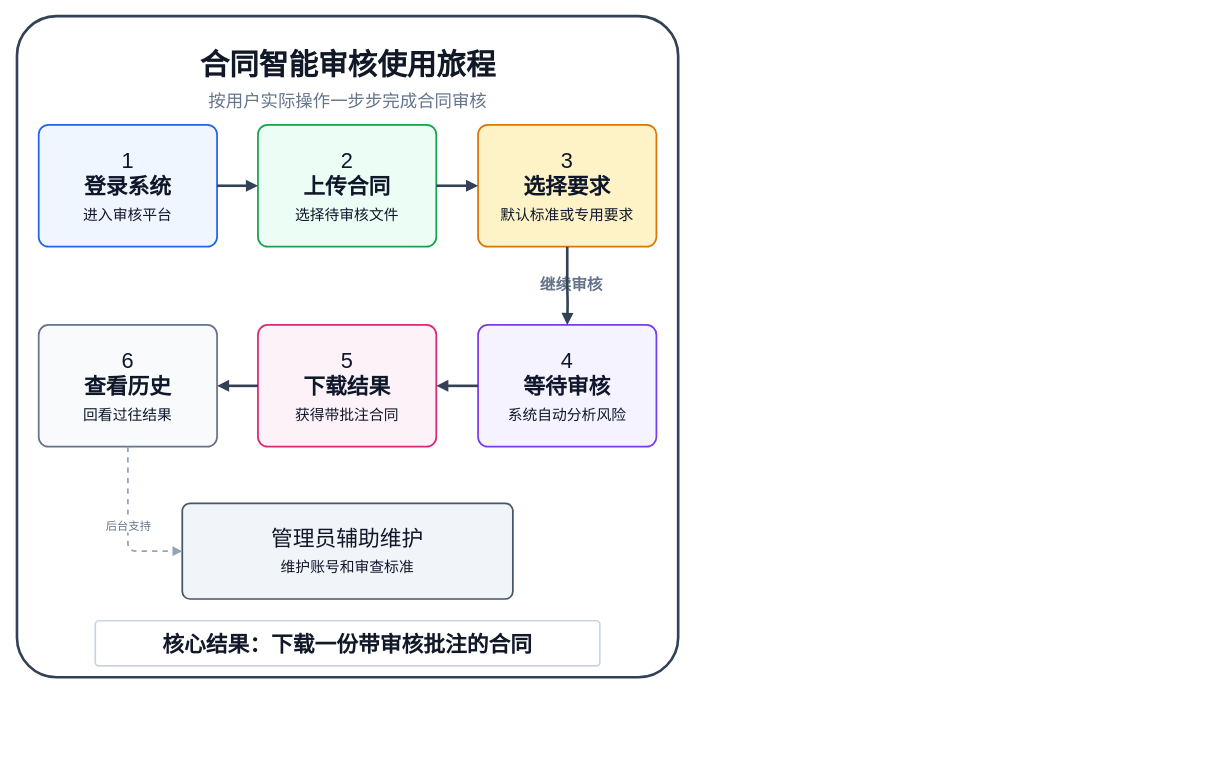
HoeTee/contract_agent keeps this draw.io diagram as docs/BUSINESS_USER_JOURNEY.drawio. Above is the earlier version. Source tidied: cells renumbered, new cells numbered last; positions are measured from the earlier drawing's top-left corner, leaving out a move shared by most shapes. Both pictures are drawn from the tidied source at 87%, with x=0, y=0 at pixel (17, 16).
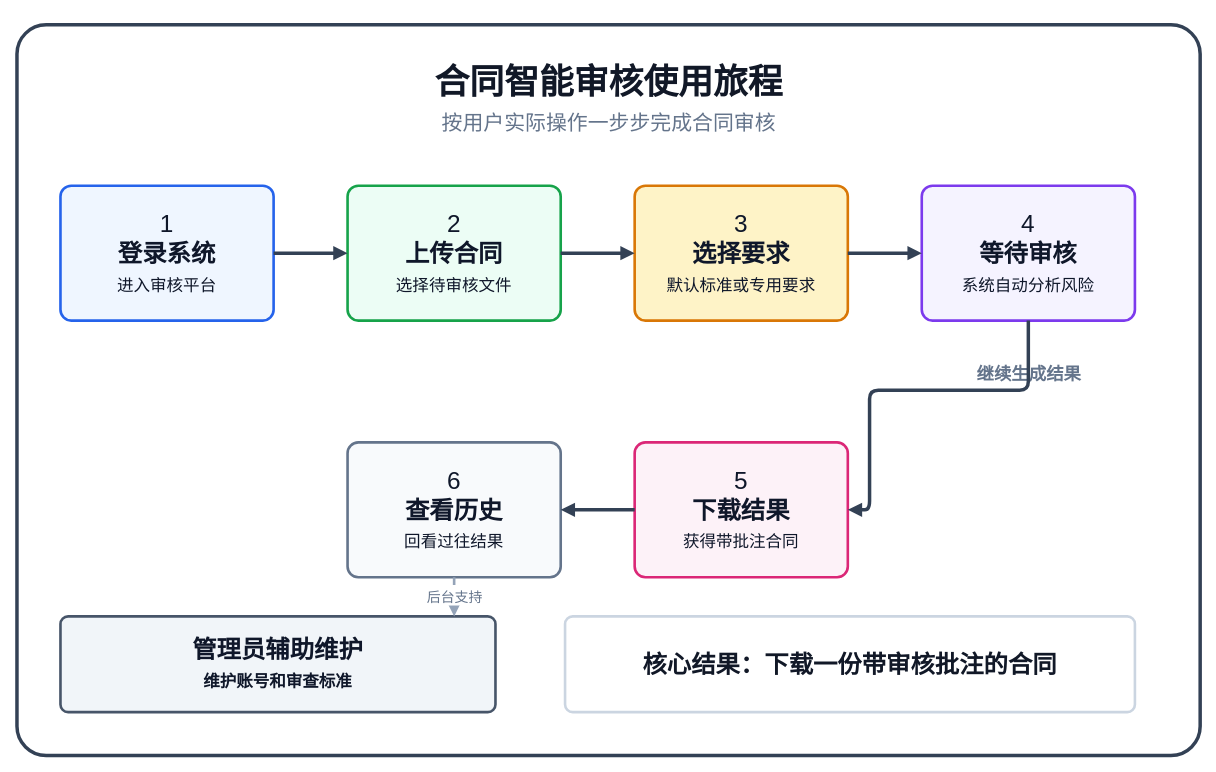
The same diagram, later.

Commit message:
docs: set business user journey diagram to 15x10 ratio

Change to the diagram source:
```diff
@@
-    <mxCell id="2" style="rounded=1;whiteSpace=wrap;html=1;arcSize=6;fillColor=#FFFFFF;strokeColor=#334155;strokeWidth=3;" parent="1" vertex="1">
-      <mxGeometry width="760" height="760" as="geometry" />
+    <mxCell id="2" style="rounded=1;whiteSpace=wrap;html=1;arcSize=4;fillColor=#FFFFFF;strokeColor=#334155;strokeWidth=4;" parent="1" vertex="1">
+      <mxGeometry y="10" width="1360" height="840" as="geometry" />
     </mxCell>
-    <mxCell id="3" value="合同智能审核使用旅程" style="text;html=1;strokeColor=none;fillColor=none;fontSize=34;fontStyle=1;align=center;verticalAlign=middle;fontColor=#111827;" parent="1" vertex="1">
-      <mxGeometry x="60" y="30" width="640" height="52" as="geometry" />
+    <mxCell id="3" value="合同智能审核使用旅程" style="text;html=1;strokeColor=none;fillColor=none;fontSize=40;fontStyle=1;align=center;verticalAlign=middle;fontColor=#111827;" parent="1" vertex="1">
+      <mxGeometry x="180" y="45" width="1000" height="60" as="geometry" />
     </mxCell>
-    <mxCell id="4" value="按用户实际操作一步步完成合同审核" style="text;html=1;strokeColor=none;fillColor=none;fontSize=20;align=center;verticalAlign=middle;fontColor=#64748B;" parent="1" vertex="1">
-      <mxGeometry x="105" y="81" width="550" height="32" as="geometry" />
+    <mxCell id="4" value="按用户实际操作一步步完成合同审核" style="text;html=1;strokeColor=none;fillColor=none;fontSize=24;align=center;verticalAlign=middle;fontColor=#64748B;" parent="1" vertex="1">
+      <mxGeometry x="260" y="105" width="840" height="36" as="geometry" />
     </mxCell>
-    <mxCell id="5" value="1&lt;br&gt;&lt;b&gt;登录系统&lt;/b&gt;&lt;br&gt;&lt;font style=&quot;font-size: 17px;&quot;&gt;进入审核平台&lt;/font&gt;" style="rounded=1;whiteSpace=wrap;html=1;arcSize=8;fillColor=#EFF6FF;strokeColor=#2563EB;strokeWidth=2;fontSize=25;fontColor=#0F172A;spacing=8;" parent="1" vertex="1">
-      <mxGeometry x="25" y="125" width="205" height="140" as="geometry" />
+    <mxCell id="5" value="1&lt;br&gt;&lt;b&gt;登录系统&lt;/b&gt;&lt;br&gt;&lt;font style=&quot;font-size: 19px;&quot;&gt;进入审核平台&lt;/font&gt;" style="rounded=1;whiteSpace=wrap;html=1;arcSize=8;fillColor=#EFF6FF;strokeColor=#2563EB;strokeWidth=3;fontSize=28;fontColor=#0F172A;spacing=10;" parent="1" vertex="1">
+      <mxGeometry x="50" y="195" width="245" height="155" as="geometry" />
     </mxCell>
-    <mxCell id="6" value="2&lt;br&gt;&lt;b&gt;上传合同&lt;/b&gt;&lt;br&gt;&lt;font style=&quot;font-size: 17px;&quot;&gt;选择待审核文件&lt;/font&gt;" style="rounded=1;whiteSpace=wrap;html=1;arcSize=8;fillColor=#ECFDF5;strokeColor=#16A34A;strokeWidth=2;fontSize=25;fontColor=#0F172A;spacing=8;" parent="1" vertex="1">
-      <mxGeometry x="277" y="125" width="205" height="140" as="geometry" />
+    <mxCell id="6" value="2&lt;br&gt;&lt;b&gt;上传合同&lt;/b&gt;&lt;br&gt;&lt;font style=&quot;font-size: 19px;&quot;&gt;选择待审核文件&lt;/font&gt;" style="rounded=1;whiteSpace=wrap;html=1;arcSize=8;fillColor=#ECFDF5;strokeColor=#16A34A;strokeWidth=3;fontSize=28;fontColor=#0F172A;spacing=10;" parent="1" vertex="1">
+      <mxGeometry x="380" y="195" width="245" height="155" as="geometry" />
     </mxCell>
-    <mxCell id="7" value="3&lt;br&gt;&lt;b&gt;选择要求&lt;/b&gt;&lt;br&gt;&lt;font style=&quot;font-size: 17px;&quot;&gt;默认标准或专用要求&lt;/font&gt;" style="rounded=1;whiteSpace=wrap;html=1;arcSize=8;fillColor=#FEF3C7;strokeColor=#D97706;strokeWidth=2;fontSize=25;fontColor=#0F172A;spacing=8;" parent="1" vertex="1">
-      <mxGeometry x="530" y="125" width="205" height="140" as="geometry" />
+    <mxCell id="7" value="3&lt;br&gt;&lt;b&gt;选择要求&lt;/b&gt;&lt;br&gt;&lt;font style=&quot;font-size: 19px;&quot;&gt;默认标准或专用要求&lt;/font&gt;" style="rounded=1;whiteSpace=wrap;html=1;arcSize=8;fillColor=#FEF3C7;strokeColor=#D97706;strokeWidth=3;fontSize=28;fontColor=#0F172A;spacing=10;" parent="1" vertex="1">
+      <mxGeometry x="710" y="195" width="245" height="155" as="geometry" />
     </mxCell>
-    <mxCell id="8" value="继续审核" style="text;html=1;strokeColor=none;fillColor=none;fontSize=18;fontColor=#64748B;align=center;verticalAlign=middle;fontStyle=1;" parent="1" vertex="1">
-      <mxGeometry x="547" y="295" width="180" height="28" as="geometry" />
-    </mxCell>
-    <mxCell id="9" value="4&lt;br&gt;&lt;b&gt;等待审核&lt;/b&gt;&lt;br&gt;&lt;font style=&quot;font-size: 17px;&quot;&gt;系统自动分析风险&lt;/font&gt;" style="rounded=1;whiteSpace=wrap;html=1;arcSize=8;fillColor=#F5F3FF;strokeColor=#7C3AED;strokeWidth=2;fontSize=25;fontColor=#0F172A;spacing=8;" parent="1" vertex="1">
-      <mxGeometry x="530" y="355" width="205" height="140" as="geometry" />
+    <mxCell id="9" value="4&lt;br&gt;&lt;b&gt;等待审核&lt;/b&gt;&lt;br&gt;&lt;font style=&quot;font-size: 19px;&quot;&gt;系统自动分析风险&lt;/font&gt;" style="rounded=1;whiteSpace=wrap;html=1;arcSize=8;fillColor=#F5F3FF;strokeColor=#7C3AED;strokeWidth=3;fontSize=28;fontColor=#0F172A;spacing=10;" parent="1" vertex="1">
+      <mxGeometry x="1040" y="195" width="245" height="155" as="geometry" />
     </mxCell>
+    <mxCell id="20" value="继续生成结果" style="text;html=1;strokeColor=none;fillColor=none;fontSize=20;fontStyle=1;fontColor=#64748B;align=center;verticalAlign=middle;" parent="1" vertex="1">
+      <mxGeometry x="1045" y="395" width="235" height="32" as="geometry" />
+    </mxCell>
-    <mxCell id="10" value="5&lt;br&gt;&lt;b&gt;下载结果&lt;/b&gt;&lt;br&gt;&lt;font style=&quot;font-size: 17px;&quot;&gt;获得带批注合同&lt;/font&gt;" style="rounded=1;whiteSpace=wrap;html=1;arcSize=8;fillColor=#FDF2F8;strokeColor=#DB2777;strokeWidth=2;fontSize=25;fontColor=#0F172A;spacing=8;" parent="1" vertex="1">
-      <mxGeometry x="277" y="355" width="205" height="140" as="geometry" />
+    <mxCell id="10" value="5&lt;br&gt;&lt;b&gt;下载结果&lt;/b&gt;&lt;br&gt;&lt;font style=&quot;font-size: 19px;&quot;&gt;获得带批注合同&lt;/font&gt;" style="rounded=1;whiteSpace=wrap;html=1;arcSize=8;fillColor=#FDF2F8;strokeColor=#DB2777;strokeWidth=3;fontSize=28;fontColor=#0F172A;spacing=10;" parent="1" vertex="1">
+      <mxGeometry x="710" y="490" width="245" height="155" as="geometry" />
     </mxCell>
-    <mxCell id="11" value="6&lt;br&gt;&lt;b&gt;查看历史&lt;/b&gt;&lt;br&gt;&lt;font style=&quot;font-size: 17px;&quot;&gt;回看过往结果&lt;/font&gt;" style="rounded=1;whiteSpace=wrap;html=1;arcSize=8;fillColor=#F8FAFC;strokeColor=#64748B;strokeWidth=2;fontSize=25;fontColor=#0F172A;spacing=8;" parent="1" vertex="1">
-      <mxGeometry x="25" y="355" width="205" height="140" as="geometry" />
+    <mxCell id="11" value="6&lt;br&gt;&lt;b&gt;查看历史&lt;/b&gt;&lt;br&gt;&lt;font style=&quot;font-size: 19px;&quot;&gt;回看过往结果&lt;/font&gt;" style="rounded=1;whiteSpace=wrap;html=1;arcSize=8;fillColor=#F8FAFC;strokeColor=#64748B;strokeWidth=3;fontSize=28;fontColor=#0F172A;spacing=10;" parent="1" vertex="1">
+      <mxGeometry x="380" y="490" width="245" height="155" as="geometry" />
     </mxCell>
-    <mxCell id="12" value="管理员辅助维护&lt;br&gt;&lt;font style=&quot;font-size: 17px;&quot;&gt;维护账号和审查标准&lt;/font&gt;" style="rounded=1;whiteSpace=wrap;html=1;arcSize=8;fillColor=#F1F5F9;strokeColor=#475569;strokeWidth=2;fontSize=25;fontColor=#0F172A;spacing=8;" parent="1" vertex="1">
-      <mxGeometry x="190" y="560" width="380" height="110" as="geometry" />
+    <mxCell id="12" value="管理员辅助维护&lt;br&gt;&lt;font style=&quot;font-size: 19px;&quot;&gt;维护账号和审查标准&lt;/font&gt;" style="rounded=1;whiteSpace=wrap;html=1;arcSize=8;fillColor=#F1F5F9;strokeColor=#475569;strokeWidth=3;fontSize=28;fontStyle=1;fontColor=#0F172A;spacing=10;" parent="1" vertex="1">
+      <mxGeometry x="50" y="690" width="500" height="110" as="geometry" />
     </mxCell>
-    <mxCell id="13" value="核心结果：下载一份带审核批注的合同" style="rounded=1;whiteSpace=wrap;html=1;arcSize=8;fillColor=#FFFFFF;strokeColor=#CBD5E1;strokeWidth=2;fontSize=25;fontStyle=1;fontColor=#111827;" parent="1" vertex="1">
-      <mxGeometry x="90" y="695" width="580" height="52" as="geometry" />
+    <mxCell id="13" value="核心结果：下载一份带审核批注的合同" style="rounded=1;whiteSpace=wrap;html=1;arcSize=8;fillColor=#FFFFFF;strokeColor=#CBD5E1;strokeWidth=3;fontSize=28;fontStyle=1;fontColor=#111827;" parent="1" vertex="1">
+      <mxGeometry x="630" y="690" width="655" height="110" as="geometry" />
     </mxCell>
-    <mxCell id="14" style="edgeStyle=orthogonalEdgeStyle;rounded=1;jettySize=auto;html=1;endArrow=block;strokeColor=#334155;strokeWidth=3;" parent="1" edge="1" source="5" target="6">
+    <mxCell id="14" style="edgeStyle=orthogonalEdgeStyle;rounded=1;jettySize=auto;html=1;endArrow=block;strokeColor=#334155;strokeWidth=4;" parent="1" edge="1" source="5" target="6">
       <mxGeometry relative="1" as="geometry" />
     </mxCell>
-    <mxCell id="15" style="edgeStyle=orthogonalEdgeStyle;rounded=1;jettySize=auto;html=1;endArrow=block;strokeColor=#334155;strokeWidth=3;" parent="1" edge="1" source="6" target="7">
+    <mxCell id="15" style="edgeStyle=orthogonalEdgeStyle;rounded=1;jettySize=auto;html=1;endArrow=block;strokeColor=#334155;strokeWidth=4;" parent="1" edge="1" source="6" target="7">
       <mxGeometry relative="1" as="geometry" />
     </mxCell>
-    <mxCell id="16" style="edgeStyle=orthogonalEdgeStyle;rounded=1;jettySize=auto;html=1;endArrow=block;strokeColor=#334155;strokeWidth=3;entryX=0.5;entryY=0;entryDx=0;entryDy=0;" parent="1" edge="1" source="7" target="9">
-      <mxGeometry relative="1" as="geometry">
-        <Array as="points">
-          <mxPoint x="632" y="310" />
-          <mxPoint x="633" y="310" />
-          <mxPoint x="633" y="330" />
-          <mxPoint x="632" y="330" />
-        </Array>
-      </mxGeometry>
+    <mxCell id="16" style="edgeStyle=orthogonalEdgeStyle;rounded=1;jettySize=auto;html=1;endArrow=block;strokeColor=#334155;strokeWidth=4;" parent="1" edge="1" source="7" target="9">
+      <mxGeometry relative="1" as="geometry" />
     </mxCell>
-    <mxCell id="17" style="edgeStyle=orthogonalEdgeStyle;rounded=1;jettySize=auto;html=1;endArrow=block;strokeColor=#334155;strokeWidth=3;" parent="1" edge="1" source="9" target="10">
-      <mxGeometry relative="1" as="geometry" />
+    <mxCell id="17" style="edgeStyle=orthogonalEdgeStyle;rounded=1;jettySize=auto;html=1;endArrow=block;strokeColor=#334155;strokeWidth=4;entryX=1;entryY=0.5;entryDx=0;entryDy=0;" parent="1" edge="1" source="9" target="10">
+      <mxGeometry relative="1" as="geometry">
+        <Array as="points">
+          <mxPoint x="1163" y="430" />
+          <mxPoint x="980" y="430" />
+          <mxPoint x="980" y="568" />
+        </Array>
+      </mxGeometry>
     </mxCell>
-    <mxCell id="18" style="edgeStyle=orthogonalEdgeStyle;rounded=1;jettySize=auto;html=1;endArrow=block;strokeColor=#334155;strokeWidth=3;" parent="1" edge="1" source="10" target="11">
+    <mxCell id="18" style="edgeStyle=orthogonalEdgeStyle;rounded=1;jettySize=auto;html=1;endArrow=block;strokeColor=#334155;strokeWidth=4;" parent="1" edge="1" source="10" target="11">
       <mxGeometry relative="1" as="geometry" />
     </mxCell>
-    <mxCell id="19" value="后台支持" style="edgeStyle=orthogonalEdgeStyle;rounded=1;jettySize=auto;html=1;endArrow=block;strokeColor=#94A3B8;strokeWidth=2;dashed=1;fontSize=13;fontColor=#64748B;" parent="1" edge="1" source="11" target="12">
+    <mxCell id="19" value="后台支持" style="edgeStyle=orthogonalEdgeStyle;rounded=1;jettySize=auto;html=1;endArrow=block;strokeColor=#94A3B8;strokeWidth=3;dashed=1;fontSize=16;fontColor=#64748B;" parent="1" edge="1" source="11" target="12">
       <mxGeometry relative="1" as="geometry">
         <Array as="points">
-          <mxPoint x="128" y="615" />
+          <mxPoint x="503" y="745" />
         </Array>
       </mxGeometry>
     </mxCell>
```
